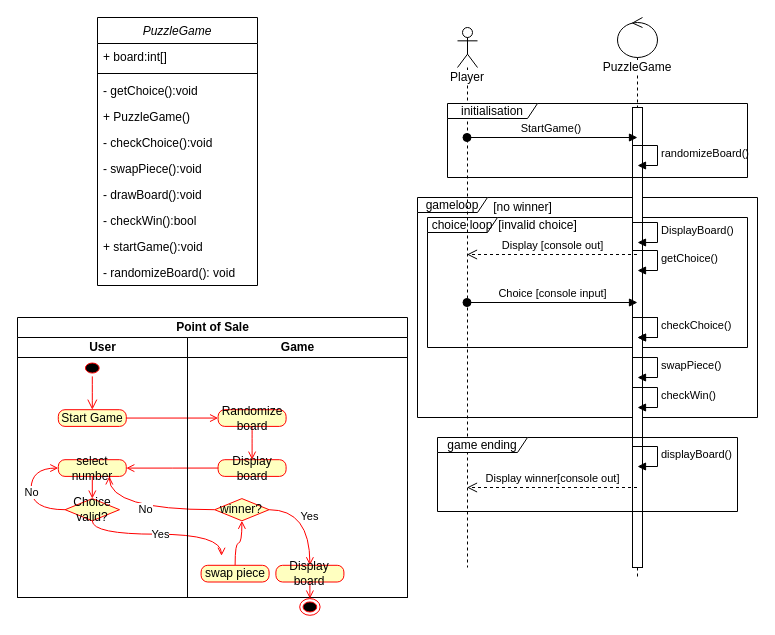
Earlier version of the draw.io diagram schema/puzzle sequence.drawio (deeperj/rust). Source tidied: cells renumbered, new cells numbered last; positions are measured from the earlier drawing's top-left corner, leaving out a move shared by most shapes. Both pictures are drawn from the tidied source at 100%, with x=0, y=0 at pixel (17, 17).
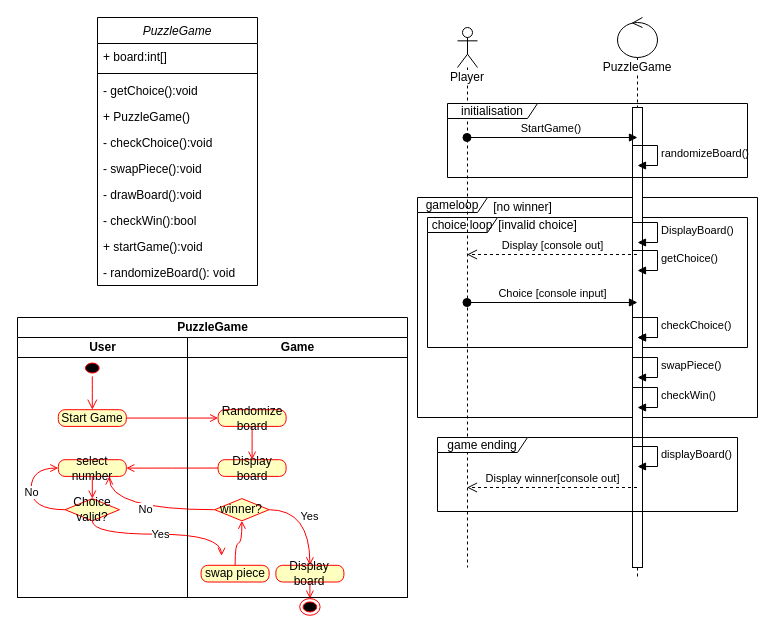
The same page after the edit.

Unchanged cells that the change refers to:
```xml
<mxCell id="8" style="group;" parent="1" vertex="1">
  <mxGeometry y="300" width="390" height="300" as="geometry" />
</mxCell>
```

What changed in the source:
```diff
@@
-    <mxCell id="9" value="Point of Sale" style="swimlane;html=1;startSize=20;" parent="8" vertex="1">
+    <mxCell id="9" value="PuzzleGame" style="swimlane;html=1;startSize=20;" parent="8" vertex="1">
       <mxGeometry width="390" height="280" as="geometry" />
     </mxCell>
```
